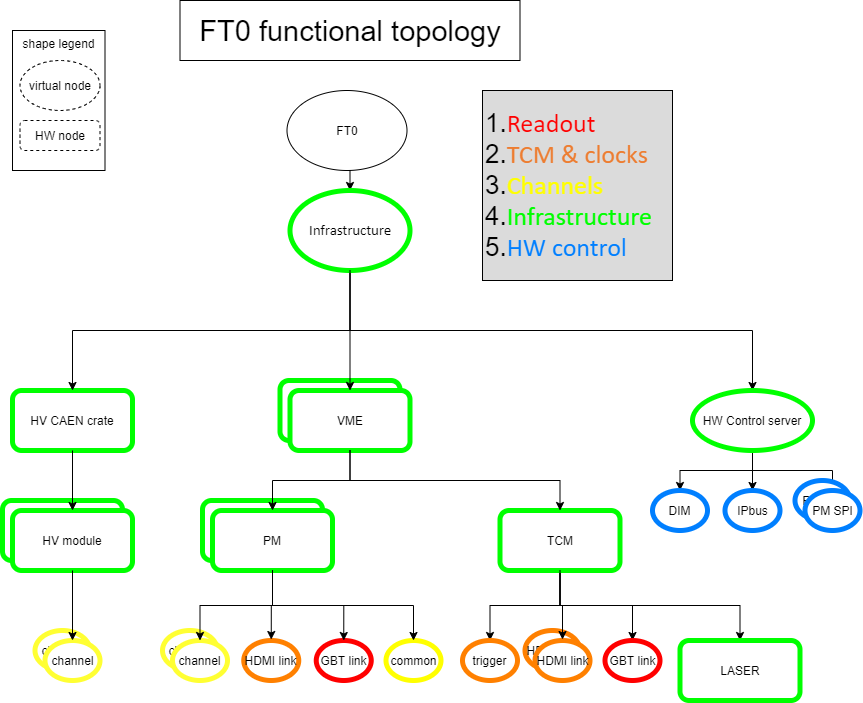
Before: FIT_DCS_schematic-functional.png, a diagram exported from draw.io (dfinogee/FIT-DCS-docs). Source tidied: cells renumbered, new cells last; positions are measured from the earlier drawing's top-left corner, leaving out a move shared by most shapes. Source of this version:
```xml
<mxGraphModel>
  <root>
    <mxCell id="0" />
    <mxCell id="1" parent="0" />
    <mxCell id="2" value="FT0" style="ellipse;whiteSpace=wrap;html=1;" parent="1" vertex="1">
      <mxGeometry x="284.5" y="90" width="120" height="80" as="geometry" />
    </mxCell>
    <mxCell id="3" value="FT0 functional topology" style="rounded=0;whiteSpace=wrap;html=1;strokeWidth=1;fontSize=29;" parent="1" vertex="1">
      <mxGeometry x="177.5" width="340" height="60" as="geometry" />
    </mxCell>
    <mxCell id="4" style="edgeStyle=orthogonalEdgeStyle;rounded=0;jettySize=auto;html=1;exitX=0.5;exitY=1;exitDx=0;exitDy=0;entryX=0.5;entryY=0;entryDx=0;entryDy=0;" parent="1" edge="1" target="8">
      <mxGeometry relative="1" as="geometry">
        <mxPoint x="344.5" y="170" as="sourcePoint" />
      </mxGeometry>
    </mxCell>
    <mxCell id="5" value="HV CAEN crate" style="rounded=1;whiteSpace=wrap;html=1;strokeWidth=5;strokeColor=#00FF00;" parent="1" vertex="1">
      <mxGeometry x="10" y="390" width="120" height="60" as="geometry" />
    </mxCell>
    <mxCell id="6" style="edgeStyle=orthogonalEdgeStyle;rounded=0;jettySize=auto;html=1;exitX=0.5;exitY=1;exitDx=0;exitDy=0;entryX=0.5;entryY=0;entryDx=0;entryDy=0;" parent="1" edge="1" source="8" target="5">
      <mxGeometry relative="1" as="geometry" />
    </mxCell>
    <mxCell id="7" style="edgeStyle=orthogonalEdgeStyle;rounded=0;jettySize=auto;html=1;exitX=0.5;exitY=1;exitDx=0;exitDy=0;entryX=0.5;entryY=0;entryDx=0;entryDy=0;" parent="1" edge="1" source="8" target="29">
      <mxGeometry relative="1" as="geometry" />
    </mxCell>
    <mxCell id="8" value="&lt;p style=&quot;margin-top: 0pt ; margin-bottom: 0pt ; margin-left: 0in ; text-indent: 0in&quot;&gt;&lt;span style=&quot;font-size: 11pt; font-family: calibri;&quot;&gt;Infrastructure&lt;/span&gt;&lt;/p&gt;" style="ellipse;whiteSpace=wrap;html=1;strokeWidth=5;fontColor=#000000;strokeColor=#00FF00;" parent="1" vertex="1">
      <mxGeometry x="287.5" y="190" width="120" height="80" as="geometry" />
    </mxCell>
    <mxCell id="9" style="group;" parent="1" vertex="1">
      <mxGeometry y="500" width="130" height="70" as="geometry" />
    </mxCell>
    <mxCell id="10" value="HV module" style="rounded=1;whiteSpace=wrap;html=1;strokeWidth=5;strokeColor=#00FF00;" parent="9" vertex="1">
      <mxGeometry width="120" height="60" as="geometry" />
    </mxCell>
    <mxCell id="11" value="HV module" style="rounded=1;whiteSpace=wrap;html=1;strokeWidth=5;strokeColor=#00FF00;" parent="9" vertex="1">
      <mxGeometry x="10" y="10" width="120" height="60" as="geometry" />
    </mxCell>
    <mxCell id="12" style="edgeStyle=orthogonalEdgeStyle;rounded=0;jettySize=auto;html=1;exitX=0.5;exitY=1;exitDx=0;exitDy=0;entryX=0.5;entryY=0;entryDx=0;entryDy=0;" parent="1" edge="1" source="5" target="11">
      <mxGeometry relative="1" as="geometry" />
    </mxCell>
    <mxCell id="13" style="group;strokeWidth=5;strokeColor=none;" parent="1" vertex="1">
      <mxGeometry x="277.5" y="380" width="130" height="70" as="geometry" />
    </mxCell>
    <mxCell id="14" value="VME" style="rounded=1;whiteSpace=wrap;html=1;strokeWidth=5;strokeColor=#00FF00;" parent="13" vertex="1">
      <mxGeometry width="120" height="60" as="geometry" />
    </mxCell>
    <mxCell id="15" value="VME" style="rounded=1;whiteSpace=wrap;html=1;strokeWidth=5;strokeColor=#00FF00;" parent="13" vertex="1">
      <mxGeometry x="10" y="10" width="120" height="60" as="geometry" />
    </mxCell>
    <mxCell id="16" style="edgeStyle=orthogonalEdgeStyle;rounded=0;jettySize=auto;html=1;exitX=0.5;exitY=1;exitDx=0;exitDy=0;entryX=0.5;entryY=0;entryDx=0;entryDy=0;" parent="1" edge="1" source="8" target="15">
      <mxGeometry relative="1" as="geometry" />
    </mxCell>
    <mxCell id="17" style="group;strokeWidth=5;strokeColor=none;" parent="1" vertex="1">
      <mxGeometry x="200" y="500" width="130" height="70" as="geometry" />
    </mxCell>
    <mxCell id="18" value="PM" style="rounded=1;whiteSpace=wrap;html=1;strokeWidth=5;strokeColor=#00FF00;" parent="17" vertex="1">
      <mxGeometry width="120" height="60" as="geometry" />
    </mxCell>
    <mxCell id="19" value="PM" style="rounded=1;whiteSpace=wrap;html=1;strokeWidth=5;strokeColor=#00FF00;" parent="17" vertex="1">
      <mxGeometry x="10" y="10" width="120" height="60" as="geometry" />
    </mxCell>
    <mxCell id="20" style="edgeStyle=orthogonalEdgeStyle;rounded=0;jettySize=auto;html=1;" parent="1" edge="1" source="15" target="19">
      <mxGeometry relative="1" as="geometry" />
    </mxCell>
    <mxCell id="21" style="edgeStyle=orthogonalEdgeStyle;rounded=0;jettySize=auto;html=1;fontSize=29;exitX=0.5;exitY=1;exitDx=0;exitDy=0;" parent="1" edge="1" source="24" target="32">
      <mxGeometry relative="1" as="geometry" />
    </mxCell>
    <mxCell id="22" style="edgeStyle=orthogonalEdgeStyle;rounded=0;jettySize=auto;html=1;exitX=0.5;exitY=1;exitDx=0;exitDy=0;entryX=0.5;entryY=0;entryDx=0;entryDy=0;" parent="1" edge="1" source="24" target="37">
      <mxGeometry relative="1" as="geometry" />
    </mxCell>
    <mxCell id="23" style="edgeStyle=orthogonalEdgeStyle;rounded=0;jettySize=auto;html=1;exitX=0.5;exitY=1;exitDx=0;exitDy=0;" parent="1" edge="1" source="24" target="38">
      <mxGeometry relative="1" as="geometry" />
    </mxCell>
    <mxCell id="24" value="TCM" style="rounded=1;whiteSpace=wrap;html=1;strokeWidth=5;strokeColor=#00FF00;" parent="1" vertex="1">
      <mxGeometry x="497.5" y="510" width="120" height="60" as="geometry" />
    </mxCell>
    <mxCell id="25" style="edgeStyle=orthogonalEdgeStyle;rounded=0;jettySize=auto;html=1;exitX=0.5;exitY=1;exitDx=0;exitDy=0;" parent="1" edge="1" source="15" target="24">
      <mxGeometry relative="1" as="geometry" />
    </mxCell>
    <mxCell id="26" style="edgeStyle=orthogonalEdgeStyle;rounded=0;jettySize=auto;html=1;exitX=0.5;exitY=1;exitDx=0;exitDy=0;" parent="1" edge="1" source="29" target="30">
      <mxGeometry relative="1" as="geometry" />
    </mxCell>
    <mxCell id="27" style="edgeStyle=orthogonalEdgeStyle;rounded=0;jettySize=auto;html=1;exitX=0.5;exitY=1;exitDx=0;exitDy=0;" parent="1" edge="1" source="29" target="31">
      <mxGeometry relative="1" as="geometry" />
    </mxCell>
    <mxCell id="28" style="edgeStyle=orthogonalEdgeStyle;rounded=0;jettySize=auto;html=1;exitX=0.5;exitY=1;exitDx=0;exitDy=0;entryX=0.5;entryY=0;entryDx=0;entryDy=0;" parent="1" edge="1" source="29" target="60">
      <mxGeometry relative="1" as="geometry" />
    </mxCell>
    <mxCell id="29" value="HW Control server" style="ellipse;whiteSpace=wrap;html=1;strokeWidth=5;strokeColor=#00FF00;" parent="1" vertex="1">
      <mxGeometry x="690" y="390" width="120" height="60" as="geometry" />
    </mxCell>
    <mxCell id="30" value="DIM" style="ellipse;whiteSpace=wrap;html=1;strokeWidth=5;strokeColor=#007FFF;" parent="1" vertex="1">
      <mxGeometry x="650" y="490" width="55" height="40" as="geometry" />
    </mxCell>
    <mxCell id="31" value="IPbus" style="ellipse;whiteSpace=wrap;html=1;strokeWidth=5;strokeColor=#007FFF;" parent="1" vertex="1">
      <mxGeometry x="722.5" y="490" width="55" height="40" as="geometry" />
    </mxCell>
    <mxCell id="32" value="LASER" style="rounded=1;whiteSpace=wrap;html=1;strokeWidth=5;strokeColor=#00FF00;" parent="1" vertex="1">
      <mxGeometry x="677.5" y="640" width="120" height="60" as="geometry" />
    </mxCell>
    <mxCell id="33" value="HDMI link" style="ellipse;whiteSpace=wrap;html=1;strokeWidth=5;strokeColor=#FF8000;perimeterSpacing=1;" parent="1" vertex="1">
      <mxGeometry x="241.2" y="640" width="55" height="40" as="geometry" />
    </mxCell>
    <mxCell id="34" value="GBT link" style="ellipse;whiteSpace=wrap;html=1;strokeWidth=5;strokeColor=#FF0000;" parent="1" vertex="1">
      <mxGeometry x="313.8" y="640" width="55" height="40" as="geometry" />
    </mxCell>
    <mxCell id="35" style="edgeStyle=orthogonalEdgeStyle;rounded=0;jettySize=auto;html=1;exitX=0.5;exitY=1;exitDx=0;exitDy=0;entryX=0.5;entryY=0;entryDx=0;entryDy=0;" parent="1" edge="1" source="19" target="33">
      <mxGeometry relative="1" as="geometry" />
    </mxCell>
    <mxCell id="36" style="edgeStyle=orthogonalEdgeStyle;rounded=0;jettySize=auto;html=1;exitX=0.5;exitY=1;exitDx=0;exitDy=0;entryX=0.5;entryY=0;entryDx=0;entryDy=0;" parent="1" edge="1" source="19" target="34">
      <mxGeometry relative="1" as="geometry" />
    </mxCell>
    <mxCell id="37" value="trigger" style="ellipse;whiteSpace=wrap;html=1;strokeWidth=5;strokeColor=#FF8000;fillColor=none;" parent="1" vertex="1">
      <mxGeometry x="460" y="640" width="55" height="40" as="geometry" />
    </mxCell>
    <mxCell id="38" value="GBT link" style="ellipse;whiteSpace=wrap;html=1;strokeWidth=5;strokeColor=#FF0000;" parent="1" vertex="1">
      <mxGeometry x="602.5" y="640" width="55" height="40" as="geometry" />
    </mxCell>
    <mxCell id="39" style="group;fillColor=#ffffff;strokeWidth=5;strokeColor=none;" parent="1" vertex="1">
      <mxGeometry x="32.5" y="630" width="65" height="50" as="geometry" />
    </mxCell>
    <mxCell id="40" value="channel" style="ellipse;whiteSpace=wrap;html=1;strokeWidth=5;strokeColor=#FFFF33;" parent="39" vertex="1">
      <mxGeometry width="55" height="40" as="geometry" />
    </mxCell>
    <mxCell id="41" value="channel" style="ellipse;whiteSpace=wrap;html=1;strokeWidth=5;strokeColor=#FFFF33;" parent="39" vertex="1">
      <mxGeometry x="10" y="10" width="55" height="40" as="geometry" />
    </mxCell>
    <mxCell id="42" style="edgeStyle=orthogonalEdgeStyle;rounded=0;jettySize=auto;html=1;exitX=0.5;exitY=1;exitDx=0;exitDy=0;entryX=0.5;entryY=0;entryDx=0;entryDy=0;" parent="1" edge="1" source="11" target="41">
      <mxGeometry relative="1" as="geometry" />
    </mxCell>
    <mxCell id="43" style="group;fillColor=#ffffff;strokeWidth=5;strokeColor=none;" parent="1" vertex="1">
      <mxGeometry x="160" y="630" width="65" height="50" as="geometry" />
    </mxCell>
    <mxCell id="44" value="channel" style="ellipse;whiteSpace=wrap;html=1;strokeWidth=5;strokeColor=#FFFF33;" parent="43" vertex="1">
      <mxGeometry width="55" height="40" as="geometry" />
    </mxCell>
    <mxCell id="45" value="channel" style="ellipse;whiteSpace=wrap;html=1;strokeWidth=5;strokeColor=#FFFF33;" parent="43" vertex="1">
      <mxGeometry x="10" y="10" width="55" height="40" as="geometry" />
    </mxCell>
    <mxCell id="46" style="edgeStyle=orthogonalEdgeStyle;rounded=0;jettySize=auto;html=1;" parent="1" edge="1" source="19" target="45">
      <mxGeometry relative="1" as="geometry" />
    </mxCell>
    <mxCell id="47" style="group;" parent="1" vertex="1">
      <mxGeometry x="522.5" y="630" width="65" height="50" as="geometry" />
    </mxCell>
    <mxCell id="48" value="HDMI link" style="ellipse;whiteSpace=wrap;html=1;strokeWidth=5;perimeterSpacing=1;strokeColor=#FF8000;" parent="47" vertex="1">
      <mxGeometry width="55" height="40" as="geometry" />
    </mxCell>
    <mxCell id="49" value="HDMI link" style="ellipse;whiteSpace=wrap;html=1;strokeWidth=5;perimeterSpacing=1;strokeColor=#FF8000;" parent="47" vertex="1">
      <mxGeometry x="10" y="10" width="55" height="40" as="geometry" />
    </mxCell>
    <mxCell id="50" style="edgeStyle=orthogonalEdgeStyle;rounded=0;jettySize=auto;html=1;exitX=0.5;exitY=1;exitDx=0;exitDy=0;entryX=0.5;entryY=0;entryDx=0;entryDy=0;" parent="1" edge="1" source="24" target="49">
      <mxGeometry relative="1" as="geometry" />
    </mxCell>
    <mxCell id="51" value="common" style="ellipse;whiteSpace=wrap;html=1;strokeWidth=5;strokeColor=#FFFF00;" parent="1" vertex="1">
      <mxGeometry x="383.5" y="640" width="55" height="40" as="geometry" />
    </mxCell>
    <mxCell id="52" style="edgeStyle=orthogonalEdgeStyle;rounded=0;jettySize=auto;html=1;exitX=0.5;exitY=1;exitDx=0;exitDy=0;entryX=0.5;entryY=0;entryDx=0;entryDy=0;" parent="1" edge="1" source="19" target="51">
      <mxGeometry relative="1" as="geometry" />
    </mxCell>
    <mxCell id="53" value="&lt;div style=&quot;margin-top: 0pt ; margin-bottom: 0pt ; margin-left: 0.38in ; text-indent: -0.38in ; font-size: 26px&quot;&gt;&lt;font style=&quot;font-size: 26px&quot;&gt;1.&lt;span style=&quot;font-family: &amp;#34;calibri&amp;#34; ; color: red ; font-size: 26px&quot;&gt;Readout&lt;/span&gt;&lt;/font&gt;&lt;/div&gt;&lt;div style=&quot;margin-top: 0pt ; margin-bottom: 0pt ; margin-left: 0.38in ; text-indent: -0.38in ; font-size: 26px&quot;&gt;&lt;font style=&quot;font-size: 26px&quot;&gt;2.&lt;span style=&quot;font-family: &amp;#34;calibri&amp;#34; ; color: rgb(237 , 125 , 49) ; font-size: 26px&quot;&gt;TCM &amp;amp; clocks&lt;/span&gt;&lt;/font&gt;&lt;/div&gt;&lt;div style=&quot;margin-top: 0pt ; margin-bottom: 0pt ; margin-left: 0.38in ; text-indent: -0.38in ; font-size: 26px&quot;&gt;&lt;font style=&quot;font-size: 26px&quot;&gt;3.&lt;span style=&quot;font-family: &amp;#34;calibri&amp;#34; ; font-size: 26px&quot;&gt;&lt;font color=&quot;#ffff00&quot;&gt;Channels&lt;/font&gt;&lt;/span&gt;&lt;/font&gt;&lt;/div&gt;&lt;div style=&quot;margin-top: 0pt ; margin-bottom: 0pt ; margin-left: 0.38in ; text-indent: -0.38in ; font-size: 26px&quot;&gt;&lt;font style=&quot;font-size: 26px&quot;&gt;4.&lt;span style=&quot;font-family: &amp;#34;calibri&amp;#34; ; font-size: 26px&quot;&gt;&lt;font color=&quot;#00ff00&quot;&gt;Infrastructure&lt;/font&gt;&lt;/span&gt;&lt;/font&gt;&lt;/div&gt;&lt;div style=&quot;margin-top: 0pt ; margin-bottom: 0pt ; margin-left: 0.38in ; text-indent: -0.38in ; font-size: 26px&quot;&gt;&lt;font style=&quot;font-size: 26px&quot;&gt;5.&lt;font face=&quot;calibri&quot; color=&quot;#007fff&quot; style=&quot;font-size: 26px&quot;&gt;HW control&lt;/font&gt;&lt;/font&gt;&lt;/div&gt;" style="html=1;strokeColor=#000000;strokeWidth=1;fillColor=#DBDBDB;fontColor=#000000;align=left;fontSize=26;verticalAlign=middle;spacing=3;horizontal=1;" parent="1" vertex="1">
      <mxGeometry x="480" y="90" width="190" height="190" as="geometry" />
    </mxCell>
    <mxCell id="54" style="group;" parent="1" vertex="1">
      <mxGeometry x="10" y="30" width="92.5" height="140" as="geometry" />
    </mxCell>
    <mxCell id="55" value="virtual node" style="ellipse;whiteSpace=wrap;html=1;strokeWidth=1;fontSize=12;align=center;dashed=1;" parent="54" vertex="1">
      <mxGeometry x="7.5" y="30" width="80" height="50" as="geometry" />
    </mxCell>
    <mxCell id="56" value="HW node" style="rounded=1;whiteSpace=wrap;html=1;dashed=1;strokeColor=#000000;strokeWidth=1;fillColor=none;fontSize=12;fontColor=#000000;align=center;" parent="54" vertex="1">
      <mxGeometry x="7.5" y="90" width="80" height="30" as="geometry" />
    </mxCell>
    <mxCell id="57" value="shape legend" style="rounded=0;whiteSpace=wrap;html=1;strokeColor=#000000;strokeWidth=1;fillColor=none;fontSize=12;fontColor=#000000;align=center;verticalAlign=top;" parent="54" vertex="1">
      <mxGeometry width="92.5" height="140" as="geometry" />
    </mxCell>
    <mxCell id="58" style="group;" parent="1" vertex="1">
      <mxGeometry x="792.5" y="480" width="65" height="50" as="geometry" />
    </mxCell>
    <mxCell id="59" value="PM SPI" style="ellipse;whiteSpace=wrap;html=1;strokeWidth=5;strokeColor=#007FFF;" parent="58" vertex="1">
      <mxGeometry width="55" height="40" as="geometry" />
    </mxCell>
    <mxCell id="60" value="PM SPI" style="ellipse;whiteSpace=wrap;html=1;strokeWidth=5;strokeColor=#007FFF;" parent="58" vertex="1">
      <mxGeometry x="10" y="10" width="55" height="40" as="geometry" />
    </mxCell>
  </root>
</mxGraphModel>
```
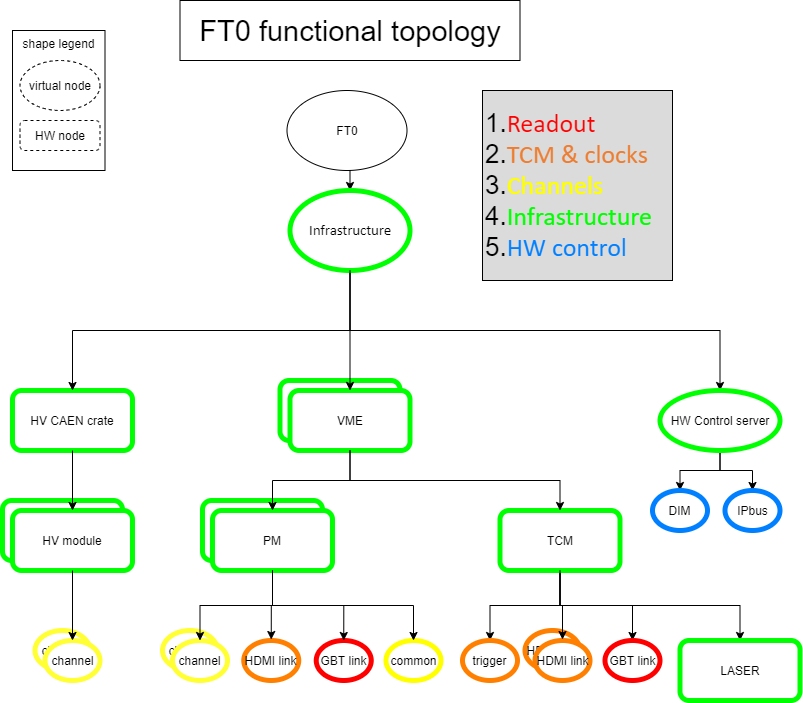
Later version of the same file.

Diff of the diagram source:
```diff
@@ -82,11 +82,8 @@
     <mxCell id="27" style="edgeStyle=orthogonalEdgeStyle;rounded=0;jettySize=auto;html=1;exitX=0.5;exitY=1;exitDx=0;exitDy=0;" parent="1" edge="1" source="29" target="31">
       <mxGeometry relative="1" as="geometry" />
     </mxCell>
-    <mxCell id="28" style="edgeStyle=orthogonalEdgeStyle;rounded=0;jettySize=auto;html=1;exitX=0.5;exitY=1;exitDx=0;exitDy=0;entryX=0.5;entryY=0;entryDx=0;entryDy=0;" parent="1" edge="1" source="29" target="60">
-      <mxGeometry relative="1" as="geometry" />
-    </mxCell>
     <mxCell id="29" value="HW Control server" style="ellipse;whiteSpace=wrap;html=1;strokeWidth=5;strokeColor=#00FF00;" parent="1" vertex="1">
-      <mxGeometry x="690" y="390" width="120" height="60" as="geometry" />
+      <mxGeometry x="657.5" y="390" width="120" height="60" as="geometry" />
     </mxCell>
     <mxCell id="30" value="DIM" style="ellipse;whiteSpace=wrap;html=1;strokeWidth=5;strokeColor=#007FFF;" parent="1" vertex="1">
       <mxGeometry x="650" y="490" width="55" height="40" as="geometry" />
@@ -172,14 +169,5 @@
     <mxCell id="57" value="shape legend" style="rounded=0;whiteSpace=wrap;html=1;strokeColor=#000000;strokeWidth=1;fillColor=none;fontSize=12;fontColor=#000000;align=center;verticalAlign=top;" parent="54" vertex="1">
       <mxGeometry width="92.5" height="140" as="geometry" />
     </mxCell>
-    <mxCell id="58" style="group;" parent="1" vertex="1">
-      <mxGeometry x="792.5" y="480" width="65" height="50" as="geometry" />
-    </mxCell>
-    <mxCell id="59" value="PM SPI" style="ellipse;whiteSpace=wrap;html=1;strokeWidth=5;strokeColor=#007FFF;" parent="58" vertex="1">
-      <mxGeometry width="55" height="40" as="geometry" />
-    </mxCell>
-    <mxCell id="60" value="PM SPI" style="ellipse;whiteSpace=wrap;html=1;strokeWidth=5;strokeColor=#007FFF;" parent="58" vertex="1">
-      <mxGeometry x="10" y="10" width="55" height="40" as="geometry" />
-    </mxCell>
   </root>
 </mxGraphModel>
```
